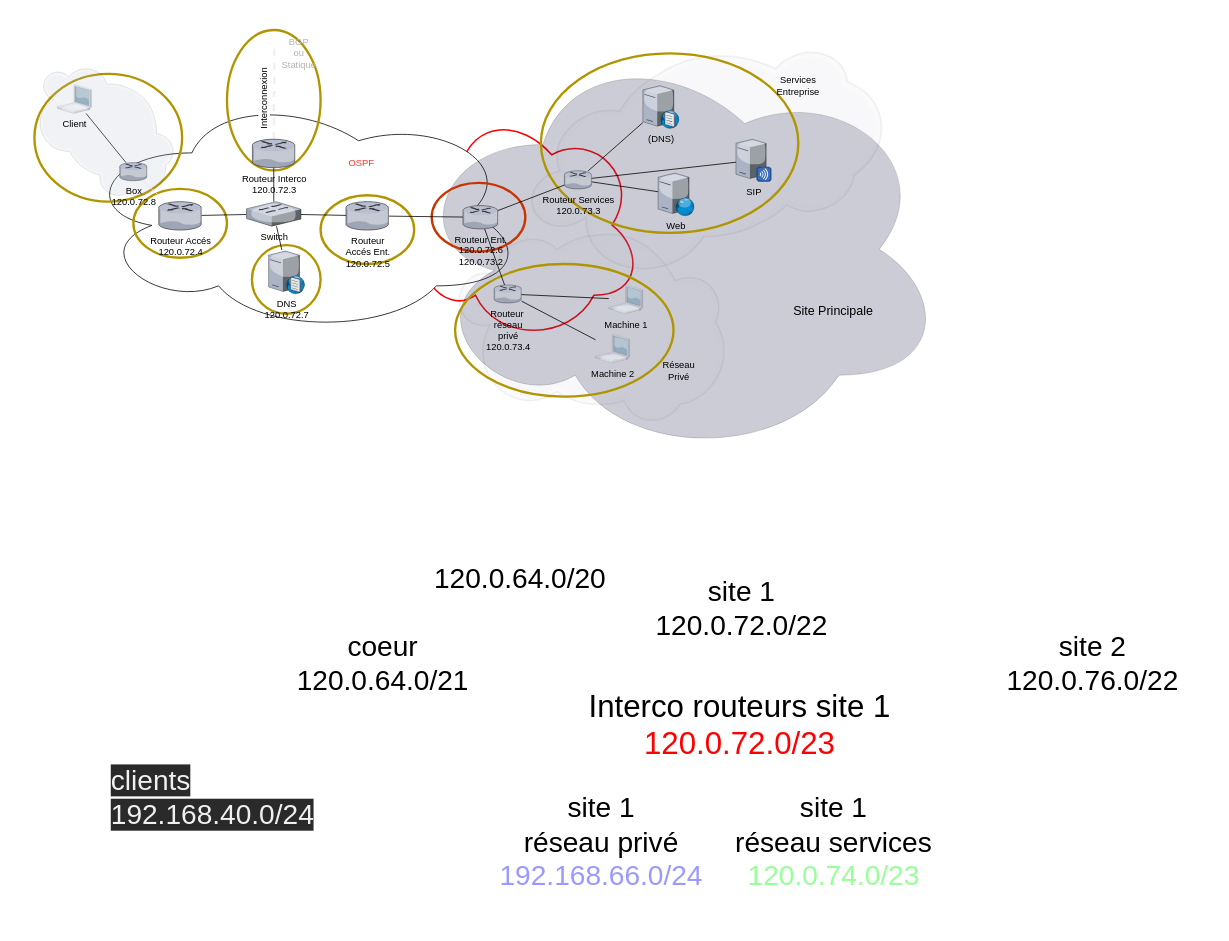
Above: schema.drawio in DinoGurnari/Projet_Interco_GroupeA4 (draw.io), before the change. Source tidied: cells renumbered, new cells numbered last; positions are measured from the earlier drawing's top-left corner, leaving out a move shared by most shapes. Both pictures are drawn from the tidied source at 78%, with x=0, y=0 at pixel (26, 30).
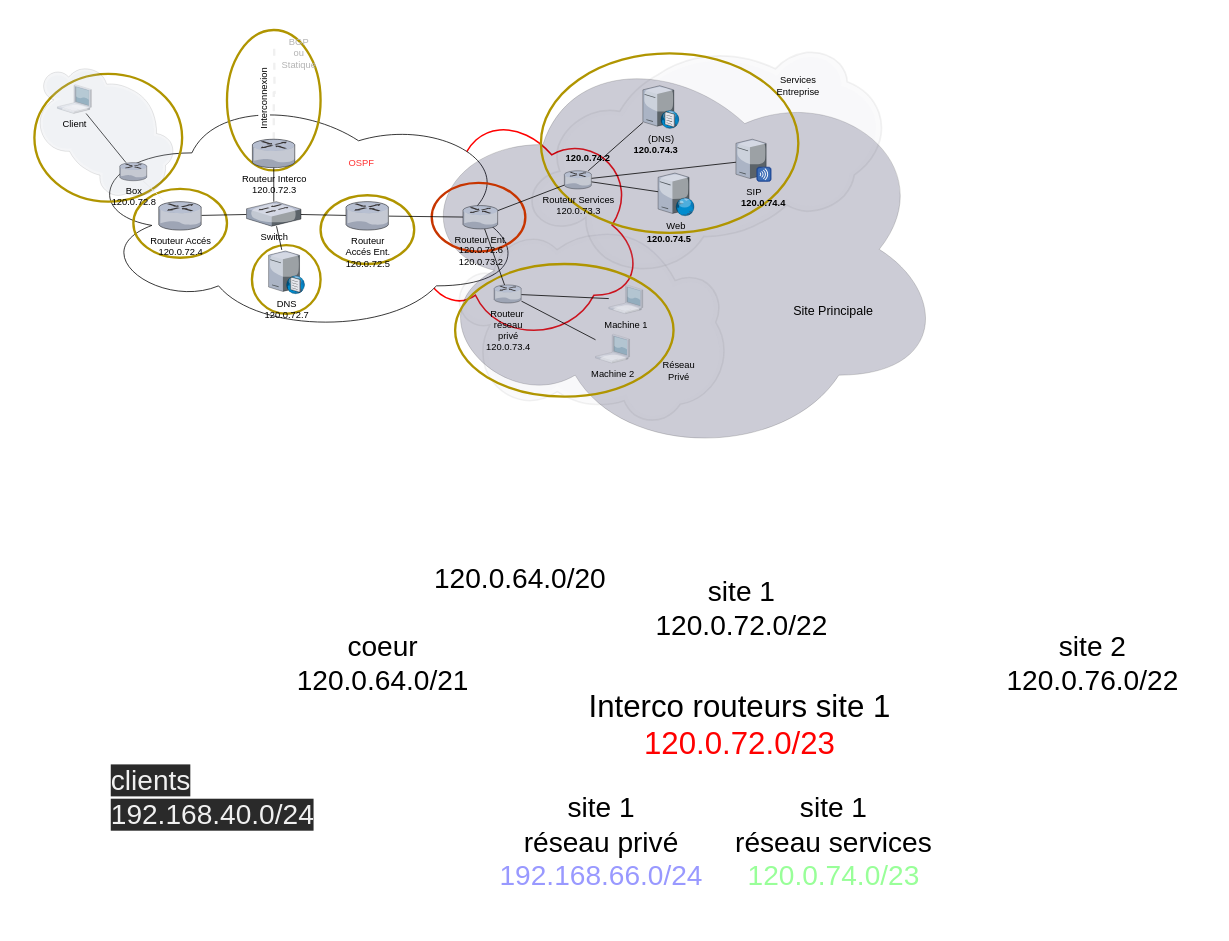
Above is the later version.

Change to the diagram source:
```diff
@@
+    <mxCell id="60" value="&lt;font style=&quot;font-size: 12px&quot;&gt;120.0.74.2&lt;/font&gt;" style="text;strokeColor=none;fillColor=none;html=1;fontSize=24;fontStyle=1;verticalAlign=middle;align=center;" parent="1" vertex="1">
+      <mxGeometry x="670" y="141.2" width="100" height="40" as="geometry" />
+    </mxCell>
+    <mxCell id="61" value="&lt;font style=&quot;font-size: 12px&quot;&gt;120.0.74.3&lt;/font&gt;" style="text;strokeColor=none;fillColor=none;html=1;fontSize=24;fontStyle=1;verticalAlign=middle;align=center;" parent="1" vertex="1">
+      <mxGeometry x="756.8" y="130" width="100" height="40" as="geometry" />
+    </mxCell>
+    <mxCell id="62" value="&lt;font style=&quot;font-size: 12px&quot;&gt;120.0.74.4&lt;/font&gt;" style="text;strokeColor=none;fillColor=none;html=1;fontSize=24;fontStyle=1;verticalAlign=middle;align=center;" parent="1" vertex="1">
+      <mxGeometry x="895" y="198.2" width="100" height="40" as="geometry" />
+    </mxCell>
+    <mxCell id="63" value="&lt;font style=&quot;font-size: 12px&quot;&gt;120.0.74.5&lt;/font&gt;" style="text;strokeColor=none;fillColor=none;html=1;fontSize=24;fontStyle=1;verticalAlign=middle;align=center;" parent="1" vertex="1">
+      <mxGeometry x="773.7" y="244.1" width="100" height="40" as="geometry" />
+    </mxCell>
```
